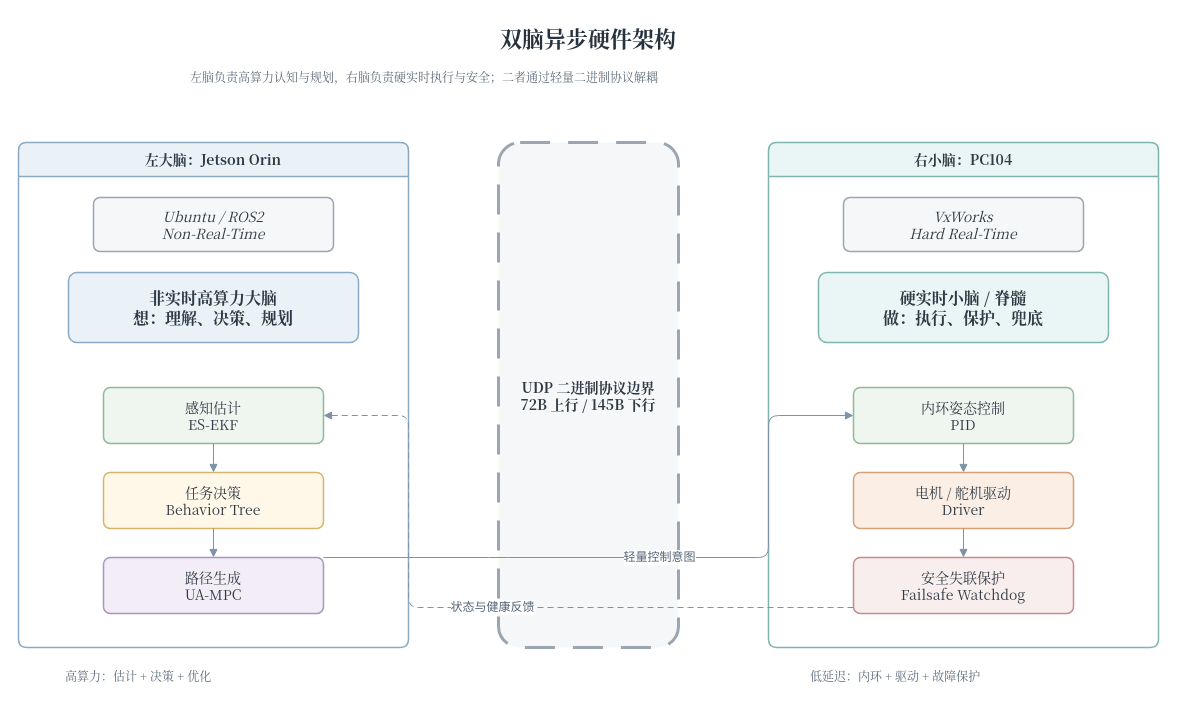
Earlier version of the draw.io diagram docs/thesis/figures/architecture/auv_v2_dual_brain_async_hardware.drawio (360ZMEM/AUV-Master-Project). Source tidied: cells renumbered, new cells numbered last; positions are measured from the earlier drawing's top-left corner, leaving out a move shared by most shapes. Both pictures are drawn from the tidied source at 100%, with x=0, y=0 at pixel (18, 17).
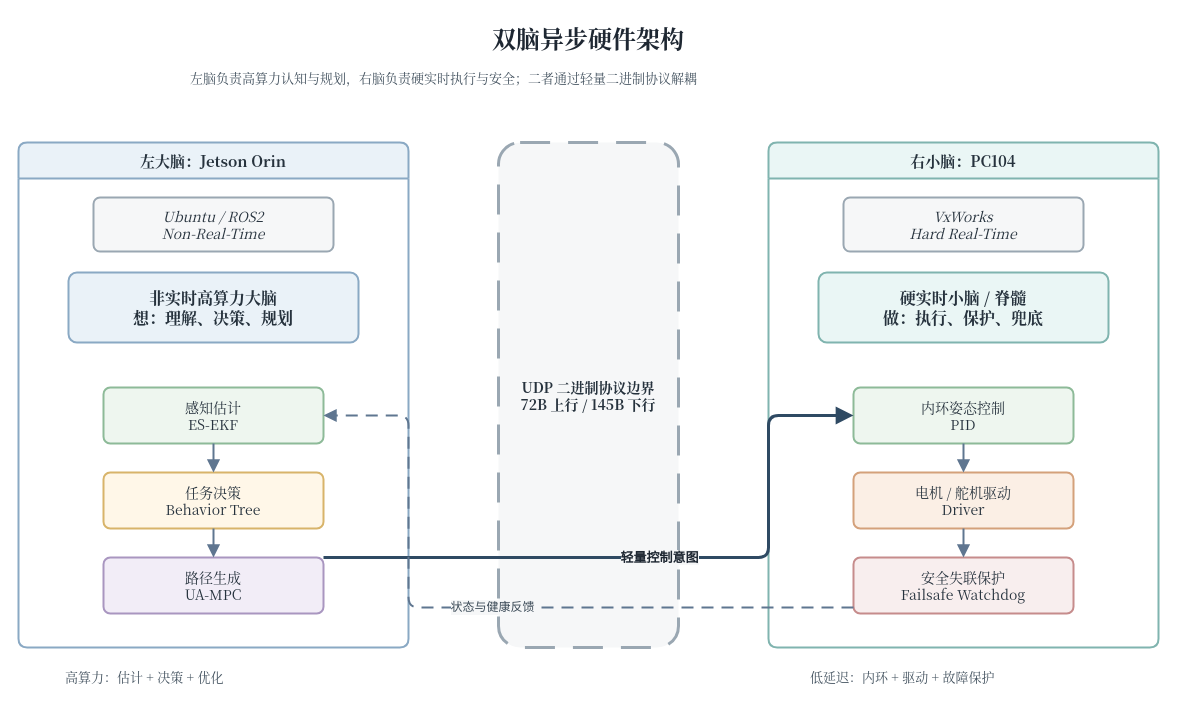
The same diagram, later.

Change to the diagram source:
```diff
@@
-    <mxCell id="2" value="双脑异步硬件架构" style="text;html=1;strokeColor=none;fillColor=none;align=center;verticalAlign=middle;whiteSpace=wrap;rounded=0;fontFamily=Noto Serif CJK SC,Times New Roman;fontSize=22;fontStyle=1;fontColor=#26323D;" parent="1" vertex="1">
+    <mxCell id="2" value="双脑异步硬件架构" style="text;html=1;strokeColor=none;fillColor=none;align=center;verticalAlign=middle;whiteSpace=wrap;rounded=0;fontFamily=Noto Serif CJK SC,Times New Roman;fontSize=24;fontStyle=1;fontColor=#1E2732;" parent="1" vertex="1">
       <mxGeometry x="260" width="620" height="42" as="geometry" />
     </mxCell>
-    <mxCell id="3" value="左脑负责高算力认知与规划，右脑负责硬实时执行与安全；二者通过轻量二进制协议解耦" style="text;html=1;strokeColor=none;fillColor=none;align=left;verticalAlign=top;whiteSpace=wrap;rounded=0;fontFamily=Noto Serif CJK SC,Times New Roman;fontSize=12;fontColor=#5C6B7A;" parent="1" vertex="1">
+    <mxCell id="3" value="左脑负责高算力认知与规划，右脑负责硬实时执行与安全；二者通过轻量二进制协议解耦" style="text;html=1;strokeColor=none;fillColor=none;align=left;verticalAlign=top;whiteSpace=wrap;rounded=0;fontFamily=Noto Serif CJK SC,Times New Roman;fontSize=13;fontColor=#43525F;" parent="1" vertex="1">
       <mxGeometry x="170" y="46" width="820" height="34" as="geometry" />
     </mxCell>
-    <mxCell id="4" value="左大脑：Jetson Orin" style="swimlane;whiteSpace=wrap;html=1;startSize=34;rounded=1;arcSize=8;fillColor=#EAF2F8;strokeColor=#8AA9C4;strokeWidth=1.5;fontFamily=Noto Serif CJK SC,Times New Roman;fontSize=14;fontColor=#2F3A45;" parent="1" vertex="1">
+    <mxCell id="4" value="左大脑：Jetson Orin" style="swimlane;whiteSpace=wrap;html=1;startSize=36;rounded=1;arcSize=8;fillColor=#EAF2F8;strokeColor=#8AA9C4;strokeWidth=2;fontFamily=Noto Serif CJK SC,Times New Roman;fontSize=14;fontColor=#26323D;fontStyle=1;fontSize=15;" parent="1" vertex="1">
       <mxGeometry y="125" width="390" height="505" as="geometry" />
     </mxCell>
-    <mxCell id="5" value="右小脑：PC104" style="swimlane;whiteSpace=wrap;html=1;startSize=34;rounded=1;arcSize=8;fillColor=#EAF6F5;strokeColor=#80B4AF;strokeWidth=1.5;fontFamily=Noto Serif CJK SC,Times New Roman;fontSize=14;fontColor=#2F3A45;" parent="1" vertex="1">
+    <mxCell id="5" value="右小脑：PC104" style="swimlane;whiteSpace=wrap;html=1;startSize=36;rounded=1;arcSize=8;fillColor=#EAF6F5;strokeColor=#80B4AF;strokeWidth=2;fontFamily=Noto Serif CJK SC,Times New Roman;fontSize=14;fontColor=#26323D;fontStyle=1;fontSize=15;" parent="1" vertex="1">
       <mxGeometry x="750" y="125" width="390" height="505" as="geometry" />
     </mxCell>
-    <mxCell id="6" value="UDP 二进制协议边界&#10;72B 上行 / 145B 下行" style="rounded=1;whiteSpace=wrap;html=1;arcSize=12;fillColor=#F6F7F8;strokeColor=#9AA7B2;strokeWidth=1.5;spacing=8;fontFamily=Noto Serif CJK SC,Times New Roman;fontSize=14;fontColor=#2F3A45;dashed=1;dashPattern=10 6;strokeWidth=3;fontStyle=1;" parent="1" vertex="1">
+    <mxCell id="6" value="UDP 二进制协议边界&#10;72B 上行 / 145B 下行" style="rounded=1;whiteSpace=wrap;html=1;arcSize=12;fillColor=#F6F7F8;strokeColor=#9AA7B2;strokeWidth=2;spacing=8;shadow=0;fontFamily=Noto Serif CJK SC,Times New Roman;fontSize=14;fontColor=#26323D;dashed=1;dashPattern=10 6;strokeWidth=3;fontStyle=1;" parent="1" vertex="1">
       <mxGeometry x="480" y="125" width="180" height="505" as="geometry" />
     </mxCell>
-    <mxCell id="7" value="Ubuntu / ROS2&#10;Non-Real-Time" style="rounded=1;whiteSpace=wrap;html=1;arcSize=12;fillColor=#F6F7F8;strokeColor=#9AA7B2;strokeWidth=1.5;spacing=8;fontFamily=Noto Serif CJK SC,Times New Roman;fontSize=14;fontColor=#2F3A45;fontStyle=2;" parent="4" vertex="1">
+    <mxCell id="7" value="Ubuntu / ROS2&#10;Non-Real-Time" style="rounded=1;whiteSpace=wrap;html=1;arcSize=12;fillColor=#F6F7F8;strokeColor=#9AA7B2;strokeWidth=2;spacing=8;shadow=0;fontFamily=Noto Serif CJK SC,Times New Roman;fontSize=14;fontColor=#26323D;fontStyle=2;" parent="4" vertex="1">
       <mxGeometry x="75" y="55" width="240" height="54" as="geometry" />
     </mxCell>
-    <mxCell id="8" value="非实时高算力大脑&#10;想：理解、决策、规划" style="rounded=1;whiteSpace=wrap;html=1;arcSize=12;fillColor=#EAF2F8;strokeColor=#8AA9C4;strokeWidth=1.5;spacing=8;fontFamily=Noto Serif CJK SC,Times New Roman;fontSize=14;fontColor=#2F3A45;fontSize=16;fontStyle=1;" parent="4" vertex="1">
+    <mxCell id="8" value="非实时高算力大脑&#10;想：理解、决策、规划" style="rounded=1;whiteSpace=wrap;html=1;arcSize=12;fillColor=#EAF2F8;strokeColor=#8AA9C4;strokeWidth=2;spacing=8;shadow=0;fontFamily=Noto Serif CJK SC,Times New Roman;fontSize=14;fontColor=#26323D;fontSize=16;fontStyle=1;" parent="4" vertex="1">
       <mxGeometry x="50" y="130" width="290" height="70" as="geometry" />
     </mxCell>
-    <mxCell id="9" value="感知估计&#10;ES-EKF" style="rounded=1;whiteSpace=wrap;html=1;arcSize=12;fillColor=#EEF6EF;strokeColor=#8DBA98;strokeWidth=1.5;spacing=8;fontFamily=Noto Serif CJK SC,Times New Roman;fontSize=14;fontColor=#2F3A45;" parent="4" vertex="1">
+    <mxCell id="9" value="感知估计&#10;ES-EKF" style="rounded=1;whiteSpace=wrap;html=1;arcSize=12;fillColor=#EEF6EF;strokeColor=#8DBA98;strokeWidth=2;spacing=8;shadow=0;fontFamily=Noto Serif CJK SC,Times New Roman;fontSize=14;fontColor=#26323D;" parent="4" vertex="1">
       <mxGeometry x="85" y="245" width="220" height="56" as="geometry" />
     </mxCell>
-    <mxCell id="10" value="任务决策&#10;Behavior Tree" style="rounded=1;whiteSpace=wrap;html=1;arcSize=12;fillColor=#FFF7E8;strokeColor=#D8B46A;strokeWidth=1.5;spacing=8;fontFamily=Noto Serif CJK SC,Times New Roman;fontSize=14;fontColor=#2F3A45;" parent="4" vertex="1">
+    <mxCell id="10" value="任务决策&#10;Behavior Tree" style="rounded=1;whiteSpace=wrap;html=1;arcSize=12;fillColor=#FFF7E8;strokeColor=#D8B46A;strokeWidth=2;spacing=8;shadow=0;fontFamily=Noto Serif CJK SC,Times New Roman;fontSize=14;fontColor=#26323D;" parent="4" vertex="1">
       <mxGeometry x="85" y="330" width="220" height="56" as="geometry" />
     </mxCell>
-    <mxCell id="11" value="路径生成&#10;UA-MPC" style="rounded=1;whiteSpace=wrap;html=1;arcSize=12;fillColor=#F2EDF7;strokeColor=#A996C0;strokeWidth=1.5;spacing=8;fontFamily=Noto Serif CJK SC,Times New Roman;fontSize=14;fontColor=#2F3A45;" parent="4" vertex="1">
+    <mxCell id="11" value="路径生成&#10;UA-MPC" style="rounded=1;whiteSpace=wrap;html=1;arcSize=12;fillColor=#F2EDF7;strokeColor=#A996C0;strokeWidth=2;spacing=8;shadow=0;fontFamily=Noto Serif CJK SC,Times New Roman;fontSize=14;fontColor=#26323D;" parent="4" vertex="1">
       <mxGeometry x="85" y="415" width="220" height="56" as="geometry" />
     </mxCell>
-    <mxCell id="12" value="VxWorks&#10;Hard Real-Time" style="rounded=1;whiteSpace=wrap;html=1;arcSize=12;fillColor=#F6F7F8;strokeColor=#9AA7B2;strokeWidth=1.5;spacing=8;fontFamily=Noto Serif CJK SC,Times New Roman;fontSize=14;fontColor=#2F3A45;fontStyle=2;" parent="5" vertex="1">
+    <mxCell id="12" value="VxWorks&#10;Hard Real-Time" style="rounded=1;whiteSpace=wrap;html=1;arcSize=12;fillColor=#F6F7F8;strokeColor=#9AA7B2;strokeWidth=2;spacing=8;shadow=0;fontFamily=Noto Serif CJK SC,Times New Roman;fontSize=14;fontColor=#26323D;fontStyle=2;" parent="5" vertex="1">
       <mxGeometry x="75" y="55" width="240" height="54" as="geometry" />
     </mxCell>
-    <mxCell id="13" value="硬实时小脑 / 脊髓&#10;做：执行、保护、兜底" style="rounded=1;whiteSpace=wrap;html=1;arcSize=12;fillColor=#EAF6F5;strokeColor=#80B4AF;strokeWidth=1.5;spacing=8;fontFamily=Noto Serif CJK SC,Times New Roman;fontSize=14;fontColor=#2F3A45;fontSize=16;fontStyle=1;" parent="5" vertex="1">
+    <mxCell id="13" value="硬实时小脑 / 脊髓&#10;做：执行、保护、兜底" style="rounded=1;whiteSpace=wrap;html=1;arcSize=12;fillColor=#EAF6F5;strokeColor=#80B4AF;strokeWidth=2;spacing=8;shadow=0;fontFamily=Noto Serif CJK SC,Times New Roman;fontSize=14;fontColor=#26323D;fontSize=16;fontStyle=1;" parent="5" vertex="1">
       <mxGeometry x="50" y="130" width="290" height="70" as="geometry" />
     </mxCell>
-    <mxCell id="14" value="内环姿态控制&#10;PID" style="rounded=1;whiteSpace=wrap;html=1;arcSize=12;fillColor=#EEF6EF;strokeColor=#8DBA98;strokeWidth=1.5;spacing=8;fontFamily=Noto Serif CJK SC,Times New Roman;fontSize=14;fontColor=#2F3A45;" parent="5" vertex="1">
+    <mxCell id="14" value="内环姿态控制&#10;PID" style="rounded=1;whiteSpace=wrap;html=1;arcSize=12;fillColor=#EEF6EF;strokeColor=#8DBA98;strokeWidth=2;spacing=8;shadow=0;fontFamily=Noto Serif CJK SC,Times New Roman;fontSize=14;fontColor=#26323D;" parent="5" vertex="1">
       <mxGeometry x="85" y="245" width="220" height="56" as="geometry" />
     </mxCell>
-    <mxCell id="15" value="电机 / 舵机驱动&#10;Driver" style="rounded=1;whiteSpace=wrap;html=1;arcSize=12;fillColor=#FBEFE5;strokeColor=#D4A17B;strokeWidth=1.5;spacing=8;fontFamily=Noto Serif CJK SC,Times New Roman;fontSize=14;fontColor=#2F3A45;" parent="5" vertex="1">
+    <mxCell id="15" value="电机 / 舵机驱动&#10;Driver" style="rounded=1;whiteSpace=wrap;html=1;arcSize=12;fillColor=#FBEFE5;strokeColor=#D4A17B;strokeWidth=2;spacing=8;shadow=0;fontFamily=Noto Serif CJK SC,Times New Roman;fontSize=14;fontColor=#26323D;" parent="5" vertex="1">
       <mxGeometry x="85" y="330" width="220" height="56" as="geometry" />
     </mxCell>
-    <mxCell id="16" value="安全失联保护&#10;Failsafe Watchdog" style="rounded=1;whiteSpace=wrap;html=1;arcSize=12;fillColor=#F8EEEE;strokeColor=#C68C8C;strokeWidth=1.5;spacing=8;fontFamily=Noto Serif CJK SC,Times New Roman;fontSize=14;fontColor=#2F3A45;" parent="5" vertex="1">
+    <mxCell id="16" value="安全失联保护&#10;Failsafe Watchdog" style="rounded=1;whiteSpace=wrap;html=1;arcSize=12;fillColor=#F8EEEE;strokeColor=#C68C8C;strokeWidth=2;spacing=8;shadow=0;fontFamily=Noto Serif CJK SC,Times New Roman;fontSize=14;fontColor=#26323D;" parent="5" vertex="1">
       <mxGeometry x="85" y="415" width="220" height="56" as="geometry" />
     </mxCell>
-    <mxCell id="17" value="高算力：估计 + 决策 + 优化" style="text;html=1;strokeColor=none;fillColor=none;align=left;verticalAlign=top;whiteSpace=wrap;rounded=0;fontFamily=Noto Serif CJK SC,Times New Roman;fontSize=12;fontColor=#5C6B7A;" parent="1" vertex="1">
+    <mxCell id="17" value="高算力：估计 + 决策 + 优化" style="text;html=1;strokeColor=none;fillColor=none;align=left;verticalAlign=top;whiteSpace=wrap;rounded=0;fontFamily=Noto Serif CJK SC,Times New Roman;fontSize=13;fontColor=#43525F;" parent="1" vertex="1">
       <mxGeometry x="45" y="645" width="310" height="34" as="geometry" />
     </mxCell>
-    <mxCell id="18" value="低延迟：内环 + 驱动 + 故障保护" style="text;html=1;strokeColor=none;fillColor=none;align=left;verticalAlign=top;whiteSpace=wrap;rounded=0;fontFamily=Noto Serif CJK SC,Times New Roman;fontSize=12;fontColor=#5C6B7A;" parent="1" vertex="1">
+    <mxCell id="18" value="低延迟：内环 + 驱动 + 故障保护" style="text;html=1;strokeColor=none;fillColor=none;align=left;verticalAlign=top;whiteSpace=wrap;rounded=0;fontFamily=Noto Serif CJK SC,Times New Roman;fontSize=13;fontColor=#43525F;" parent="1" vertex="1">
       <mxGeometry x="790" y="645" width="340" height="34" as="geometry" />
     </mxCell>
-    <mxCell id="19" style="edgeStyle=orthogonalEdgeStyle;rounded=1;jettySize=auto;html=1;strokeColor=#7E93A8;fontColor=#536577;fontSize=12;endArrow=block;endFill=1;exitX=0.5;exitY=1;entryX=0.5;entryY=0;" parent="1" edge="1" source="9" target="10">
+    <mxCell id="19" style="edgeStyle=orthogonalEdgeStyle;rounded=1;jettySize=auto;html=1;strokeColor=#5F7690;fontColor=#3B4A57;fontSize=12;strokeWidth=2;labelBackgroundColor=#F6F7F8;labelBorderColor=none;endArrow=block;endFill=1;endSize=8;exitX=0.5;exitY=1;entryX=0.5;entryY=0;" parent="1" edge="1" source="9" target="10">
       <mxGeometry relative="1" as="geometry" />
     </mxCell>
-    <mxCell id="20" style="edgeStyle=orthogonalEdgeStyle;rounded=1;jettySize=auto;html=1;strokeColor=#7E93A8;fontColor=#536577;fontSize=12;endArrow=block;endFill=1;exitX=0.5;exitY=1;entryX=0.5;entryY=0;" parent="1" edge="1" source="10" target="11">
+    <mxCell id="20" style="edgeStyle=orthogonalEdgeStyle;rounded=1;jettySize=auto;html=1;strokeColor=#5F7690;fontColor=#3B4A57;fontSize=12;strokeWidth=2;labelBackgroundColor=#F6F7F8;labelBorderColor=none;endArrow=block;endFill=1;endSize=8;exitX=0.5;exitY=1;entryX=0.5;entryY=0;" parent="1" edge="1" source="10" target="11">
       <mxGeometry relative="1" as="geometry" />
     </mxCell>
-    <mxCell id="21" style="edgeStyle=orthogonalEdgeStyle;rounded=1;jettySize=auto;html=1;strokeColor=#7E93A8;fontColor=#536577;fontSize=12;endArrow=block;endFill=1;exitX=0.5;exitY=1;entryX=0.5;entryY=0;" parent="1" edge="1" source="14" target="15">
+    <mxCell id="21" style="edgeStyle=orthogonalEdgeStyle;rounded=1;jettySize=auto;html=1;strokeColor=#5F7690;fontColor=#3B4A57;fontSize=12;strokeWidth=2;labelBackgroundColor=#F6F7F8;labelBorderColor=none;endArrow=block;endFill=1;endSize=8;exitX=0.5;exitY=1;entryX=0.5;entryY=0;" parent="1" edge="1" source="14" target="15">
       <mxGeometry relative="1" as="geometry" />
     </mxCell>
-    <mxCell id="22" style="edgeStyle=orthogonalEdgeStyle;rounded=1;jettySize=auto;html=1;strokeColor=#7E93A8;fontColor=#536577;fontSize=12;endArrow=block;endFill=1;exitX=0.5;exitY=1;entryX=0.5;entryY=0;" parent="1" edge="1" source="15" target="16">
+    <mxCell id="22" style="edgeStyle=orthogonalEdgeStyle;rounded=1;jettySize=auto;html=1;strokeColor=#5F7690;fontColor=#3B4A57;fontSize=12;strokeWidth=2;labelBackgroundColor=#F6F7F8;labelBorderColor=none;endArrow=block;endFill=1;endSize=8;exitX=0.5;exitY=1;entryX=0.5;entryY=0;" parent="1" edge="1" source="15" target="16">
       <mxGeometry relative="1" as="geometry" />
     </mxCell>
-    <mxCell id="23" value="轻量控制意图" style="edgeStyle=orthogonalEdgeStyle;rounded=1;jettySize=auto;html=1;strokeColor=#7E93A8;fontColor=#536577;fontSize=12;endArrow=block;endFill=1;exitX=1;entryX=0;" parent="1" edge="1" source="11" target="14">
+    <mxCell id="23" value="轻量控制意图" style="edgeStyle=orthogonalEdgeStyle;rounded=1;jettySize=auto;html=1;strokeColor=#2F4A63;fontColor=#1E2732;fontSize=13;fontStyle=1;strokeWidth=3;labelBackgroundColor=#F6F7F8;labelBorderColor=none;endArrow=block;endFill=1;endSize=10;exitX=1;entryX=0;" parent="1" edge="1" source="11" target="14">
       <mxGeometry relative="1" as="geometry">
         <Array as="points">
           <mxPoint x="480" y="540" />
           <mxPoint x="660" y="540" />
           <mxPoint x="750" y="398" />
         </Array>
       </mxGeometry>
     </mxCell>
-    <mxCell id="24" value="状态与健康反馈" style="edgeStyle=orthogonalEdgeStyle;rounded=1;jettySize=auto;html=1;strokeColor=#7E93A8;fontColor=#536577;fontSize=12;endArrow=block;endFill=1;dashed=1;dashPattern=6 4;exitX=0;entryX=1;" parent="1" edge="1" source="16" target="9">
+    <mxCell id="24" value="状态与健康反馈" style="edgeStyle=orthogonalEdgeStyle;rounded=1;jettySize=auto;html=1;strokeColor=#5F7690;fontColor=#3B4A57;fontSize=12;strokeWidth=2;labelBackgroundColor=#F6F7F8;labelBorderColor=none;endArrow=block;endFill=1;endSize=8;dashed=1;dashPattern=6 4;exitX=0;entryX=1;" parent="1" edge="1" source="16" target="9">
       <mxGeometry relative="1" as="geometry">
         <Array as="points">
           <mxPoint x="660" y="590" />
           <mxPoint x="480" y="590" />
           <mxPoint x="390" y="253" />
         </Array>
       </mxGeometry>
     </mxCell>
```
